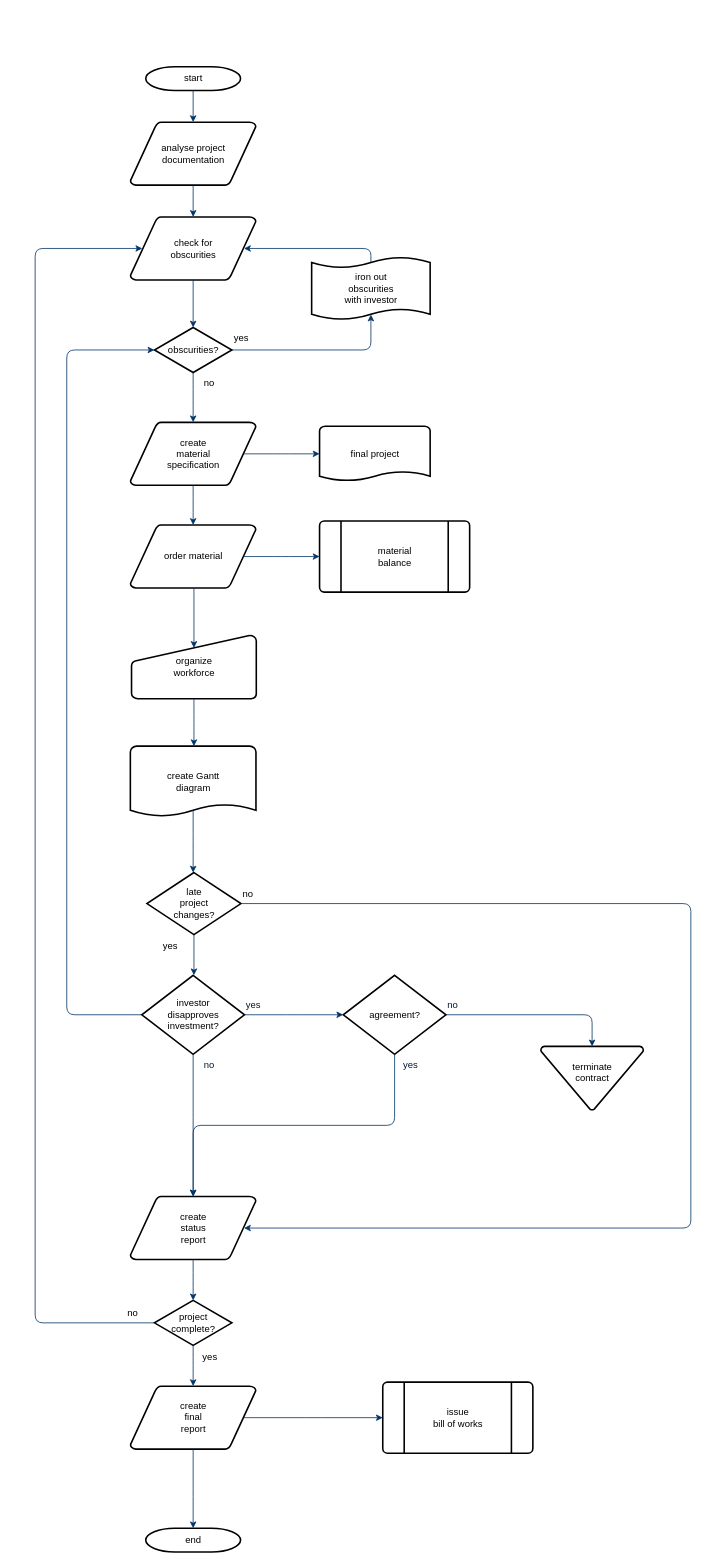
This is Untitled Diagram.drawio from noelvsleon/Clock_app, a draw.io file, before an edit. Source tidied: cells renumbered, new cells numbered last; positions are measured from the earlier drawing's top-left corner, leaving out a move shared by most shapes. Both pictures are drawn from the tidied source at 79%, with x=0, y=0 at pixel (35, 66).
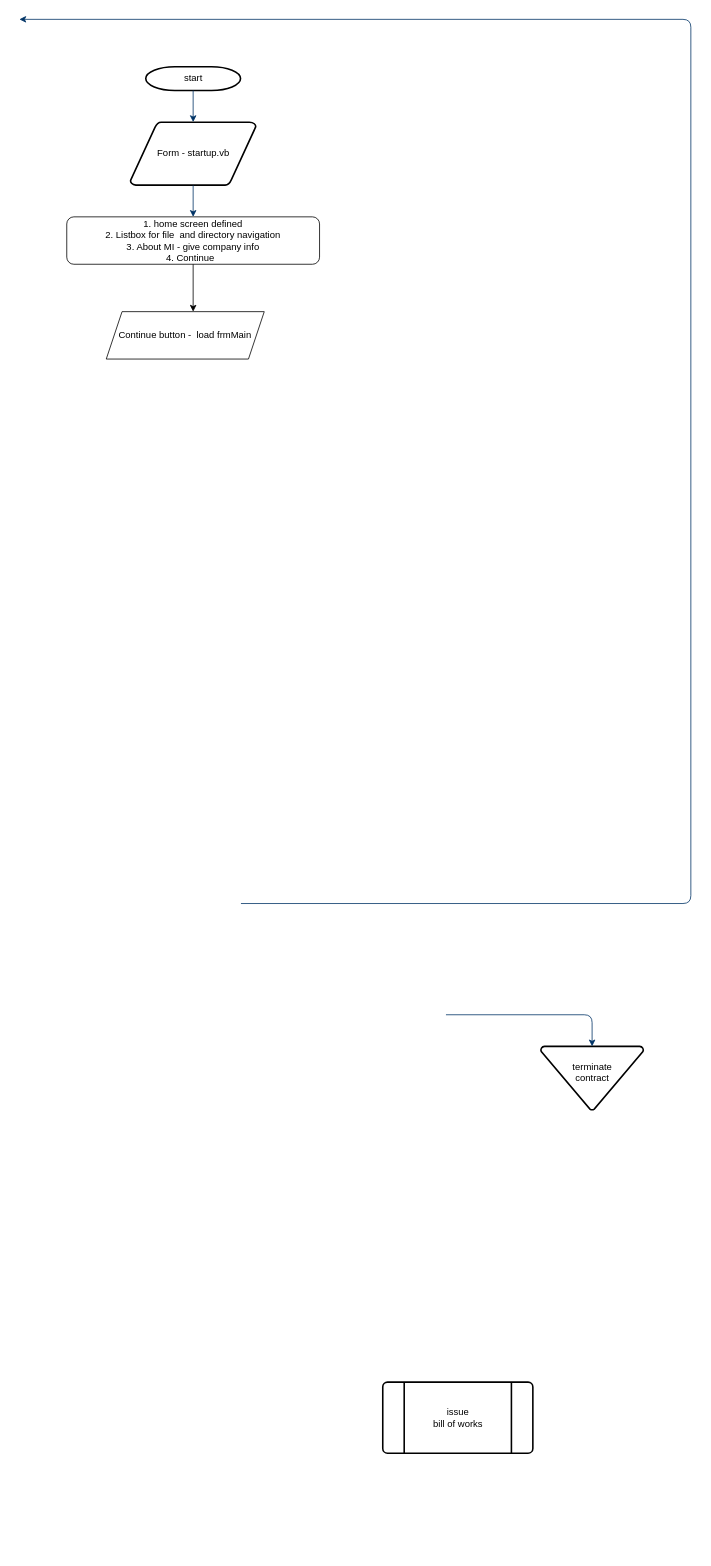
Above is the later version.

The change refers to these unchanged cells:
```xml
<mxCell id="32" value="terminate&#10;contract&#10;" style="shape=mxgraph.flowchart.merge_or_storage;strokeWidth=2;gradientColor=none;gradientDirection=north;fontStyle=0;html=1;" parent="1" vertex="1">
  <mxGeometry x="640" y="1240" width="130" height="80.5" as="geometry" />
</mxCell>
<mxCell id="39" value="issue&#10;bill of works" style="shape=mxgraph.flowchart.predefined_process;strokeWidth=2;gradientColor=none;gradientDirection=north;fontStyle=0;html=1;" parent="1" vertex="1">
  <mxGeometry x="440" y="1665" width="190" height="90" as="geometry" />
</mxCell>
```

The edit, as a diff of the source:
```diff
@@
-    <mxCell id="3" value="analyse project&#10; documentation" style="shape=mxgraph.flowchart.data;strokeWidth=2;gradientColor=none;gradientDirection=north;fontStyle=0;html=1;" parent="1" vertex="1">
+    <mxCell id="3" value="Form - startup.vb" style="shape=mxgraph.flowchart.data;strokeWidth=2;gradientColor=none;gradientDirection=north;fontStyle=0;html=1;" parent="1" vertex="1">
       <mxGeometry x="120.5" y="70" width="159" height="80" as="geometry" />
     </mxCell>
-    <mxCell id="4" value="create&#10;material&#10;specification" style="shape=mxgraph.flowchart.data;strokeWidth=2;gradientColor=none;gradientDirection=north;fontStyle=0;html=1;" parent="1" vertex="1">
-      <mxGeometry x="120.5" y="450" width="159" height="80" as="geometry" />
-    </mxCell>
-    <mxCell id="5" value="check for&#10;obscurities" style="shape=mxgraph.flowchart.data;strokeWidth=2;gradientColor=none;gradientDirection=north;fontStyle=0;html=1;" parent="1" vertex="1">
-      <mxGeometry x="120.5" y="190" width="159" height="80" as="geometry" />
-    </mxCell>
-    <mxCell id="6" value="obscurities?" style="shape=mxgraph.flowchart.decision;strokeWidth=2;gradientColor=none;gradientDirection=north;fontStyle=0;html=1;" parent="1" vertex="1">
-      <mxGeometry x="151" y="330" width="98" height="57" as="geometry" />
-    </mxCell>
@@
-    <mxCell id="8" style="fontStyle=1;strokeColor=#003366;strokeWidth=1;html=1;" parent="1" edge="1" source="3" target="5">
-      <mxGeometry relative="1" as="geometry" />
+    <mxCell id="8" style="fontStyle=1;strokeColor=#003366;strokeWidth=1;html=1;" parent="1" edge="1" source="3">
+      <mxGeometry relative="1" as="geometry">
+        <mxPoint x="200" y="190" as="targetPoint" />
+      </mxGeometry>
     </mxCell>
-    <mxCell id="9" style="entryX=0.5;entryY=0;entryPerimeter=0;fontStyle=1;strokeColor=#003366;strokeWidth=1;html=1;" parent="1" edge="1" source="5" target="6">
-      <mxGeometry relative="1" as="geometry" />
-    </mxCell>
-    <mxCell id="10" style="edgeStyle=elbowEdgeStyle;elbow=horizontal;entryX=0.5;entryY=0.91;entryPerimeter=0;exitX=1;exitY=0.5;exitPerimeter=0;fontStyle=1;strokeColor=#003366;strokeWidth=1;html=1;" parent="1" edge="1" source="6" target="51">
-      <mxGeometry x="381" y="28.5" as="geometry">
-        <Array as="points">
-          <mxPoint x="425" y="340" />
-        </Array>
-      </mxGeometry>
-    </mxCell>
-    <mxCell id="11" value="yes" style="text;fontStyle=0;html=1;strokeColor=none;gradientColor=none;fillColor=none;strokeWidth=2;" parent="1" vertex="1">
-      <mxGeometry x="250" y="330" width="40" height="26" as="geometry" />
-    </mxCell>
-    <mxCell id="12" style="edgeStyle=elbowEdgeStyle;elbow=horizontal;fontColor=#001933;fontStyle=1;strokeColor=#003366;strokeWidth=1;html=1;" parent="1" edge="1" source="6" target="4">
-      <mxGeometry as="geometry" />
-    </mxCell>
-    <mxCell id="13" value="order material" style="shape=mxgraph.flowchart.data;strokeWidth=2;gradientColor=none;gradientDirection=north;fontStyle=0;html=1;" parent="1" vertex="1">
-      <mxGeometry x="120.5" y="580" width="159" height="80" as="geometry" />
-    </mxCell>
-    <mxCell id="14" value="no" style="text;fontStyle=0;html=1;strokeColor=none;gradientColor=none;fillColor=none;strokeWidth=2;align=center;" parent="1" vertex="1">
-      <mxGeometry x="200" y="387" width="40" height="26" as="geometry" />
-    </mxCell>
-    <mxCell id="15" value="final project" style="shape=mxgraph.flowchart.document;strokeWidth=2;gradientColor=none;gradientDirection=north;fontStyle=0;html=1;" parent="1" vertex="1">
-      <mxGeometry x="360" y="455" width="140" height="70" as="geometry" />
-    </mxCell>
-    <mxCell id="16" style="edgeStyle=elbowEdgeStyle;elbow=horizontal;exitX=0.905;exitY=0.5;exitPerimeter=0;fontStyle=1;strokeColor=#003366;strokeWidth=1;html=1;" parent="1" edge="1" source="4" target="15">
-      <mxGeometry as="geometry" />
-    </mxCell>
-    <mxCell id="17" style="edgeStyle=elbowEdgeStyle;elbow=horizontal;fontStyle=1;strokeColor=#003366;strokeWidth=1;html=1;" parent="1" edge="1" source="4" target="13">
-      <mxGeometry as="geometry" />
-    </mxCell>
-    <mxCell id="18" value="material&#10;balance" style="shape=mxgraph.flowchart.predefined_process;strokeWidth=2;gradientColor=none;gradientDirection=north;fontStyle=0;html=1;" parent="1" vertex="1">
-      <mxGeometry x="360" y="575" width="190" height="90" as="geometry" />
-    </mxCell>
-    <mxCell id="19" style="edgeStyle=elbowEdgeStyle;elbow=horizontal;exitX=0.905;exitY=0.5;exitPerimeter=0;fontStyle=1;strokeColor=#003366;strokeWidth=1;html=1;" parent="1" edge="1" source="13" target="18">
-      <mxGeometry as="geometry" />
-    </mxCell>
-    <mxCell id="20" value="organize &#10;workforce" style="shape=mxgraph.flowchart.manual_input;strokeWidth=2;gradientColor=none;gradientDirection=north;fontStyle=0;html=1;" parent="1" vertex="1">
-      <mxGeometry x="122" y="720" width="158" height="80" as="geometry" />
-    </mxCell>
-    <mxCell id="21" style="edgeStyle=elbowEdgeStyle;elbow=horizontal;entryX=0.5;entryY=0.195;entryPerimeter=0;fontStyle=1;strokeColor=#003366;strokeWidth=1;html=1;" parent="1" edge="1" source="13" target="20">
-      <mxGeometry as="geometry" />
-    </mxCell>
-    <mxCell id="22" value="create Gantt&#10;diagram" style="shape=mxgraph.flowchart.document;strokeWidth=2;gradientColor=none;gradientDirection=north;fontStyle=0;html=1;" parent="1" vertex="1">
-      <mxGeometry x="120.5" y="860" width="159" height="90" as="geometry" />
-    </mxCell>
-    <mxCell id="23" style="edgeStyle=elbowEdgeStyle;elbow=horizontal;exitX=0.5;exitY=1;exitPerimeter=0;fontStyle=1;strokeColor=#003366;strokeWidth=1;html=1;" parent="1" edge="1" source="20" target="22">
-      <mxGeometry as="geometry" />
-    </mxCell>
-    <mxCell id="24" value="late&#10;project&#10;changes?" style="shape=mxgraph.flowchart.decision;strokeWidth=2;gradientColor=none;gradientDirection=north;fontStyle=0;html=1;" parent="1" vertex="1">
-      <mxGeometry x="141.5" y="1020" width="119" height="78.5" as="geometry" />
-    </mxCell>
-    <mxCell id="25" style="edgeStyle=elbowEdgeStyle;elbow=horizontal;exitX=0.5;exitY=0.9;exitPerimeter=0;fontStyle=1;strokeColor=#003366;strokeWidth=1;html=1;" parent="1" edge="1" source="22" target="24">
-      <mxGeometry as="geometry" />
-    </mxCell>
-    <mxCell id="26" style="edgeStyle=elbowEdgeStyle;elbow=horizontal;exitX=0;exitY=0.5;exitPerimeter=0;entryX=0;entryY=0.5;entryPerimeter=0;fontStyle=1;strokeColor=#003366;strokeWidth=1;html=1;" parent="1" edge="1" source="28" target="6">
-      <mxGeometry as="geometry">
-        <Array as="points">
-          <mxPoint x="40" y="790" />
-        </Array>
-      </mxGeometry>
-    </mxCell>
-    <mxCell id="27" value="yes" style="text;fontStyle=0;html=1;strokeColor=none;gradientColor=none;fillColor=none;strokeWidth=2;" parent="1" vertex="1">
-      <mxGeometry x="160" y="1098.5" width="40" height="26" as="geometry" />
-    </mxCell>
-    <mxCell id="28" value="investor&#10;disapproves&#10; investment?" style="shape=mxgraph.flowchart.decision;strokeWidth=2;gradientColor=none;gradientDirection=north;fontStyle=0;html=1;" parent="1" vertex="1">
-      <mxGeometry x="135" y="1150" width="130" height="100" as="geometry" />
-    </mxCell>
-    <mxCell id="29" value="agreement?" style="shape=mxgraph.flowchart.decision;strokeWidth=2;gradientColor=none;gradientDirection=north;fontStyle=0;html=1;" parent="1" vertex="1">
-      <mxGeometry x="390" y="1150" width="130" height="100" as="geometry" />
-    </mxCell>
-    <mxCell id="30" style="edgeStyle=elbowEdgeStyle;elbow=horizontal;exitX=0.5;exitY=1;exitPerimeter=0;fontStyle=1;strokeColor=#003366;strokeWidth=1;html=1;" parent="1" edge="1" source="24" target="28">
-      <mxGeometry as="geometry" />
-    </mxCell>
-    <mxCell id="31" style="edgeStyle=elbowEdgeStyle;elbow=horizontal;exitX=1;exitY=0.5;exitPerimeter=0;entryX=0;entryY=0.5;entryPerimeter=0;fontStyle=1;strokeColor=#003366;strokeWidth=1;html=1;" parent="1" edge="1" source="28" target="29">
-      <mxGeometry as="geometry" />
-    </mxCell>
@@
-    <mxCell id="33" style="edgeStyle=elbowEdgeStyle;elbow=vertical;exitX=1;exitY=0.5;exitPerimeter=0;entryX=0.5;entryY=0;entryPerimeter=0;fontStyle=1;strokeColor=#003366;strokeWidth=1;html=1;" parent="1" edge="1" source="29" target="32">
+    <mxCell id="33" style="edgeStyle=elbowEdgeStyle;elbow=vertical;exitX=1;exitY=0.5;exitPerimeter=0;entryX=0.5;entryY=0;entryPerimeter=0;fontStyle=1;strokeColor=#003366;strokeWidth=1;html=1;" parent="1" edge="1" target="32">
       <mxGeometry as="geometry">
+        <mxPoint x="520" y="1200" as="sourcePoint" />
         <Array as="points">
           <mxPoint x="620" y="1200" />
         </Array>
       </mxGeometry>
     </mxCell>
-    <mxCell id="34" value="create&#10;status&#10;report" style="shape=mxgraph.flowchart.data;strokeWidth=2;gradientColor=none;gradientDirection=north;fontStyle=0;html=1;" parent="1" vertex="1">
-      <mxGeometry x="120.5" y="1430" width="159" height="80" as="geometry" />
-    </mxCell>
-    <mxCell id="35" style="edgeStyle=elbowEdgeStyle;elbow=vertical;exitX=0.5;exitY=1;exitPerimeter=0;fontColor=#001933;fontStyle=1;strokeColor=#003366;strokeWidth=1;html=1;" parent="1" edge="1" source="28" target="34">
-      <mxGeometry as="geometry" />
-    </mxCell>
-    <mxCell id="36" style="edgeStyle=elbowEdgeStyle;elbow=vertical;exitX=0.5;exitY=1;exitPerimeter=0;entryX=0.5;entryY=0;entryPerimeter=0;fontStyle=1;strokeColor=#003366;strokeWidth=1;html=1;" parent="1" edge="1" source="29" target="34">
-      <mxGeometry as="geometry" />
-    </mxCell>
-    <mxCell id="37" value="project&#10;complete?" style="shape=mxgraph.flowchart.decision;strokeWidth=2;gradientColor=none;gradientDirection=north;fontStyle=0;html=1;" parent="1" vertex="1">
-      <mxGeometry x="151" y="1561.5" width="98" height="57" as="geometry" />
-    </mxCell>
-    <mxCell id="38" value="create&#10;final&#10;report" style="shape=mxgraph.flowchart.data;strokeWidth=2;gradientColor=none;gradientDirection=north;fontStyle=0;html=1;" parent="1" vertex="1">
-      <mxGeometry x="120.5" y="1670" width="159" height="80" as="geometry" />
-    </mxCell>
@@
-    <mxCell id="40" value="end" style="shape=mxgraph.flowchart.terminator;strokeWidth=2;gradientColor=none;gradientDirection=north;fontStyle=0;html=1;" parent="1" vertex="1">
-      <mxGeometry x="140" y="1850" width="120" height="30" as="geometry" />
-    </mxCell>
-    <mxCell id="41" style="edgeStyle=elbowEdgeStyle;elbow=vertical;exitX=0.5;exitY=1;exitPerimeter=0;entryX=0.5;entryY=0;entryPerimeter=0;fontStyle=1;strokeColor=#003366;strokeWidth=1;html=1;" parent="1" edge="1" source="34" target="37">
-      <mxGeometry as="geometry" />
-    </mxCell>
-    <mxCell id="42" style="edgeStyle=elbowEdgeStyle;elbow=vertical;exitX=0.5;exitY=1;exitPerimeter=0;entryX=0.5;entryY=0;entryPerimeter=0;fontStyle=1;strokeColor=#003366;strokeWidth=1;html=1;" parent="1" edge="1" source="37" target="38">
-      <mxGeometry as="geometry" />
-    </mxCell>
-    <mxCell id="43" style="edgeStyle=elbowEdgeStyle;elbow=vertical;exitX=0.5;exitY=1;exitPerimeter=0;entryX=0.5;entryY=0;entryPerimeter=0;fontStyle=1;strokeColor=#003366;strokeWidth=1;html=1;" parent="1" edge="1" source="38" target="40">
-      <mxGeometry as="geometry" />
-    </mxCell>
-    <mxCell id="44" style="edgeStyle=elbowEdgeStyle;elbow=vertical;exitX=0.905;exitY=0.5;exitPerimeter=0;entryX=0;entryY=0.5;entryPerimeter=0;fontStyle=1;strokeColor=#003366;strokeWidth=1;html=1;" parent="1" edge="1" source="38" target="39">
-      <mxGeometry as="geometry" />
-    </mxCell>
-    <mxCell id="45" style="edgeStyle=elbowEdgeStyle;elbow=horizontal;exitX=1;exitY=0.5;exitPerimeter=0;entryX=0.905;entryY=0.5;entryPerimeter=0;fontStyle=1;strokeColor=#003366;strokeWidth=1;html=1;" parent="1" edge="1" source="24" target="34">
+    <mxCell id="45" style="edgeStyle=elbowEdgeStyle;elbow=horizontal;exitX=1;exitY=0.5;exitPerimeter=0;entryX=0.905;entryY=0.5;entryPerimeter=0;fontStyle=1;strokeColor=#003366;strokeWidth=1;html=1;" parent="1" edge="1">
       <mxGeometry as="geometry">
+        <mxPoint x="260.5" y="1059.2" as="sourcePoint" />
+        <mxPoint x="-20" y="-60" as="targetPoint" />
         <Array as="points">
           <mxPoint x="830" y="1260" />
         </Array>
       </mxGeometry>
     </mxCell>
-    <mxCell id="46" value="no" style="text;fontStyle=0;html=1;strokeColor=none;gradientColor=none;fillColor=none;strokeWidth=2;" parent="1" vertex="1">
-      <mxGeometry x="260.5" y="1033.2" width="40" height="26" as="geometry" />
-    </mxCell>
-    <mxCell id="47" value="yes" style="text;fontColor=#001933;fontStyle=0;html=1;strokeColor=none;gradientColor=none;fillColor=none;strokeWidth=2;" parent="1" vertex="1">
-      <mxGeometry x="265" y="1174" width="40" height="26" as="geometry" />
-    </mxCell>
-    <mxCell id="48" value="no" style="text;fontColor=#001933;fontStyle=0;html=1;strokeColor=none;gradientColor=none;fillColor=none;strokeWidth=2;align=center;" parent="1" vertex="1">
-      <mxGeometry x="200" y="1250" width="40" height="26" as="geometry" />
-    </mxCell>
-    <mxCell id="49" value="yes" style="text;fontColor=#001933;fontStyle=0;html=1;strokeColor=none;gradientColor=none;fillColor=none;strokeWidth=2;align=center;" parent="1" vertex="1">
-      <mxGeometry x="455" y="1250" width="40" height="26" as="geometry" />
-    </mxCell>
-    <mxCell id="50" value="no" style="text;fontColor=#001933;fontStyle=0;html=1;strokeColor=none;gradientColor=none;fillColor=none;strokeWidth=2;" parent="1" vertex="1">
-      <mxGeometry x="520" y="1174" width="40" height="26" as="geometry" />
-    </mxCell>
-    <mxCell id="51" value="iron out&#10;obscurities &#10;with investor" style="shape=mxgraph.flowchart.paper_tape;strokeWidth=2;gradientColor=none;gradientDirection=north;fontStyle=0;html=1;" parent="1" vertex="1">
-      <mxGeometry x="350" y="240" width="150" height="81" as="geometry" />
-    </mxCell>
-    <mxCell id="52" style="edgeStyle=elbowEdgeStyle;elbow=horizontal;exitX=0.5;exitY=0.09;exitPerimeter=0;entryX=0.905;entryY=0.5;entryPerimeter=0;fontStyle=1;strokeColor=#003366;strokeWidth=1;html=1;" parent="1" edge="1" source="51" target="5">
-      <mxGeometry as="geometry">
-        <Array as="points">
-          <mxPoint x="425" y="240" />
-        </Array>
-      </mxGeometry>
-    </mxCell>
-    <mxCell id="53" value="yes" style="text;fontStyle=0;html=1;strokeColor=none;gradientColor=none;fillColor=none;strokeWidth=2;align=center;" parent="1" vertex="1">
-      <mxGeometry x="201" y="1620" width="40" height="26" as="geometry" />
-    </mxCell>
-    <mxCell id="54" style="edgeStyle=elbowEdgeStyle;elbow=horizontal;exitX=0;exitY=0.5;exitPerimeter=0;entryX=0.095;entryY=0.5;entryPerimeter=0;fontStyle=1;strokeColor=#003366;strokeWidth=1;html=1;" parent="1" edge="1" source="37" target="5">
-      <mxGeometry as="geometry">
-        <Array as="points">
-          <mxPoint y="910" />
-        </Array>
-      </mxGeometry>
-    </mxCell>
-    <mxCell id="55" value="no" style="text;fontStyle=0;html=1;strokeColor=none;gradientColor=none;fillColor=none;strokeWidth=2;" parent="1" vertex="1">
-      <mxGeometry x="115" y="1564" width="40" height="26" as="geometry" />
-    </mxCell>
+    <mxCell id="56" value="1. home screen defined&lt;br&gt;2. Listbox for file&amp;nbsp; and directory navigation&lt;br&gt;3. About MI - give company info&lt;br&gt;4. Continue&amp;nbsp;&amp;nbsp;" style="rounded=1;whiteSpace=wrap;html=1;" parent="1" vertex="1">
+      <mxGeometry x="40" y="190" width="320" height="60" as="geometry" />
+    </mxCell>
+    <mxCell id="57" style="endArrow=classic;html=1;exitX=0.5;exitY=1;exitDx=0;exitDy=0;" parent="1" edge="1" source="56">
+      <mxGeometry relative="1" as="geometry">
+        <mxPoint x="200" y="310" as="targetPoint" />
+      </mxGeometry>
+    </mxCell>
+    <mxCell id="58" value="Continue button -&amp;nbsp; load frmMain" style="shape=parallelogram;perimeter=parallelogramPerimeter;whiteSpace=wrap;html=1;fixedSize=1;" parent="1" vertex="1">
+      <mxGeometry x="90" y="310" width="200" height="60" as="geometry" />
+    </mxCell>
```
